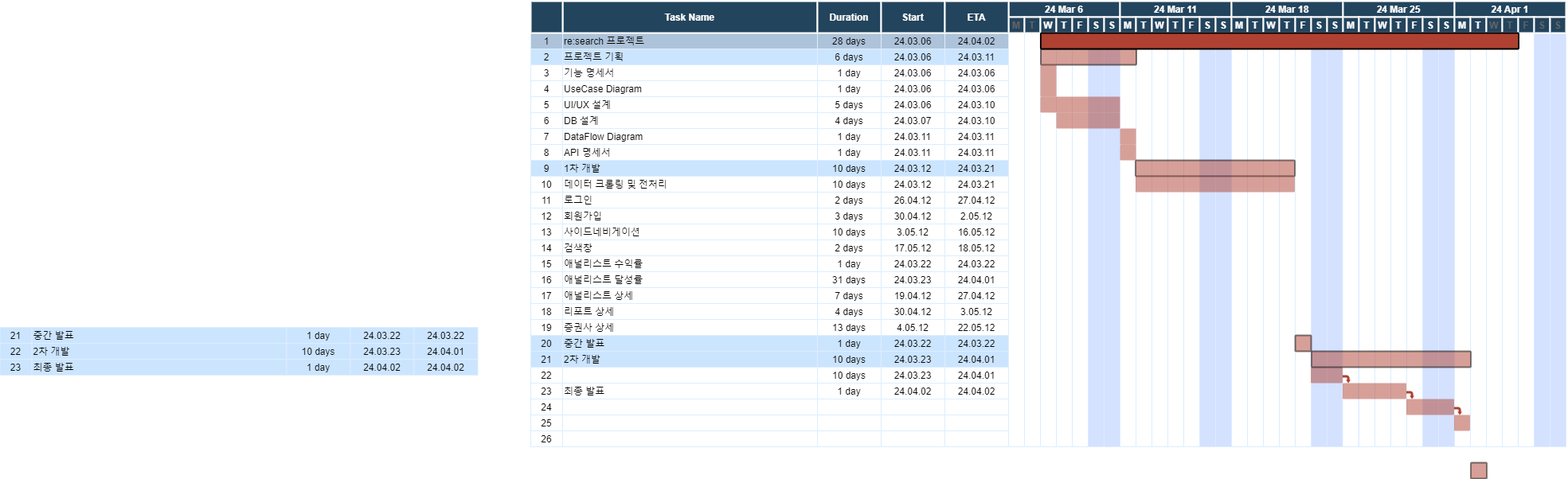
PDA-stockX/research-crawling keeps this draw.io diagram as diagram/Gantt.drawio.png. Above is the earlier version. Source tidied: cells renumbered, new cells last; positions are measured from the earlier drawing's top-left corner, leaving out a move shared by most shapes.
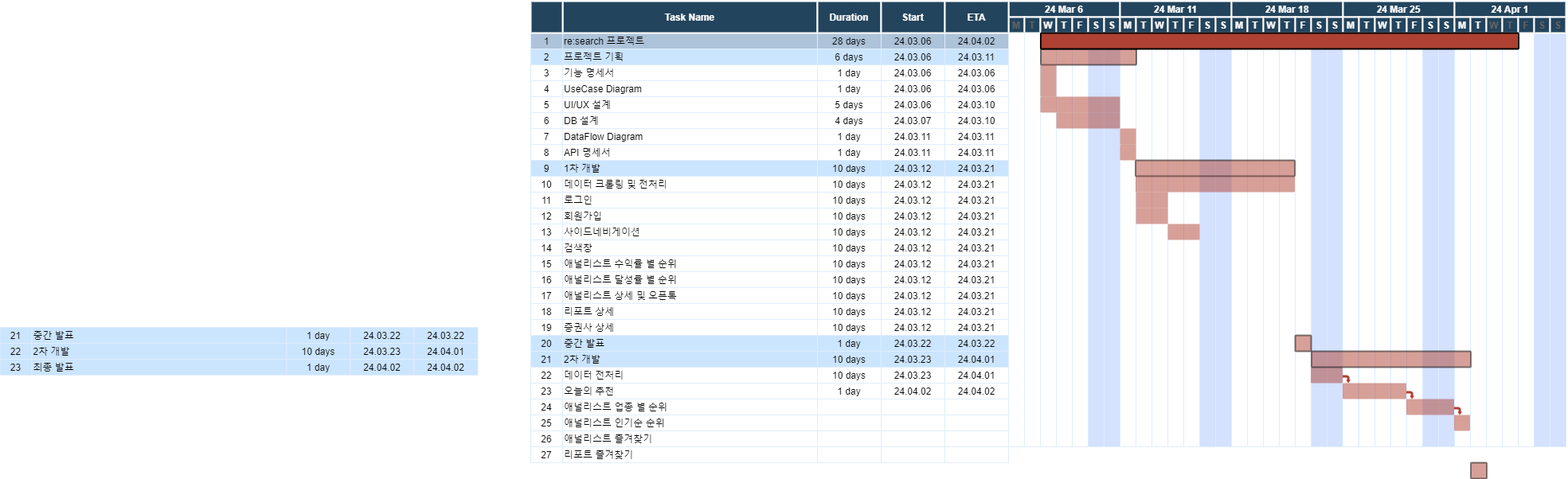
Above is the later version.

The edit, as a diff of the source:
```diff
@@ -110,6 +110,15 @@
     <mxCell id="37" style="strokeColor=#DEEDFF;fillColor=#D4E1FF;" parent="2" vertex="1">
       <mxGeometry x="680" width="20" height="520" as="geometry" />
     </mxCell>
+    <mxCell id="247" style="shape=mxgraph.flowchart.process;fillColor=#AE4132;strokeColor=none;strokeWidth=2;opacity=50;" parent="2" vertex="1">
+      <mxGeometry x="160" y="200" width="40" height="20" as="geometry" />
+    </mxCell>
+    <mxCell id="248" style="shape=mxgraph.flowchart.process;fillColor=#AE4132;strokeColor=none;strokeWidth=2;opacity=50;" parent="2" vertex="1">
+      <mxGeometry x="160" y="220" width="40" height="20" as="geometry" />
+    </mxCell>
+    <mxCell id="249" style="shape=mxgraph.flowchart.process;fillColor=#AE4132;strokeColor=none;strokeWidth=2;opacity=50;" parent="2" vertex="1">
+      <mxGeometry x="200" y="240" width="40" height="20" as="geometry" />
+    </mxCell>
     <mxCell id="38" value="1" style="strokeColor=#DEEDFF;fillColor=#ADC3D9;" parent="1" vertex="1">
       <mxGeometry x="666.5" y="40" width="40" height="20" as="geometry" />
     </mxCell>
@@ -263,111 +272,30 @@
     <mxCell id="88" value="11" style="strokeColor=#DEEDFF;" parent="1" vertex="1">
       <mxGeometry x="666.5" y="240" width="40" height="20" as="geometry" />
     </mxCell>
-    <mxCell id="89" value="2 days" style="strokeColor=#DEEDFF;" parent="1" vertex="1">
-      <mxGeometry x="1026.5" y="240" width="80" height="20" as="geometry" />
-    </mxCell>
-    <mxCell id="90" value="26.04.12" style="strokeColor=#DEEDFF;" parent="1" vertex="1">
-      <mxGeometry x="1106.5" y="240" width="80" height="20" as="geometry" />
-    </mxCell>
-    <mxCell id="91" value="27.04.12" style="strokeColor=#DEEDFF;" parent="1" vertex="1">
-      <mxGeometry x="1186.5" y="240" width="80" height="20" as="geometry" />
-    </mxCell>
     <mxCell id="92" value="12" style="strokeColor=#DEEDFF;" parent="1" vertex="1">
       <mxGeometry x="666.5" y="260" width="40" height="20" as="geometry" />
     </mxCell>
-    <mxCell id="93" value="3 days" style="strokeColor=#DEEDFF;" parent="1" vertex="1">
-      <mxGeometry x="1026.5" y="260" width="80" height="20" as="geometry" />
-    </mxCell>
-    <mxCell id="94" value="30.04.12" style="strokeColor=#DEEDFF;" parent="1" vertex="1">
-      <mxGeometry x="1106.5" y="260" width="80" height="20" as="geometry" />
-    </mxCell>
-    <mxCell id="95" value="2.05.12" style="strokeColor=#DEEDFF;" parent="1" vertex="1">
-      <mxGeometry x="1186.5" y="260" width="80" height="20" as="geometry" />
-    </mxCell>
     <mxCell id="96" value="13" style="strokeColor=#DEEDFF;" parent="1" vertex="1">
       <mxGeometry x="666.5" y="280" width="40" height="20" as="geometry" />
     </mxCell>
-    <mxCell id="97" value="10 days" style="strokeColor=#DEEDFF;" parent="1" vertex="1">
-      <mxGeometry x="1026.5" y="280" width="80" height="20" as="geometry" />
-    </mxCell>
-    <mxCell id="98" value="3.05.12" style="strokeColor=#DEEDFF;" parent="1" vertex="1">
-      <mxGeometry x="1106.5" y="280" width="80" height="20" as="geometry" />
-    </mxCell>
-    <mxCell id="99" value="16.05.12" style="strokeColor=#DEEDFF;" parent="1" vertex="1">
-      <mxGeometry x="1186.5" y="280" width="80" height="20" as="geometry" />
-    </mxCell>
     <mxCell id="100" value="14" style="strokeColor=#DEEDFF;" parent="1" vertex="1">
       <mxGeometry x="666.5" y="300" width="40" height="20" as="geometry" />
     </mxCell>
-    <mxCell id="101" value="2 days" style="strokeColor=#DEEDFF;" parent="1" vertex="1">
-      <mxGeometry x="1026.5" y="300" width="80" height="20" as="geometry" />
-    </mxCell>
-    <mxCell id="102" value="17.05.12" style="strokeColor=#DEEDFF;" parent="1" vertex="1">
-      <mxGeometry x="1106.5" y="300" width="80" height="20" as="geometry" />
-    </mxCell>
-    <mxCell id="103" value="18.05.12" style="strokeColor=#DEEDFF;" parent="1" vertex="1">
-      <mxGeometry x="1186.5" y="300" width="80" height="20" as="geometry" />
-    </mxCell>
     <mxCell id="104" value="15" style="strokeColor=#DEEDFF;fillColor=#ffffff;" parent="1" vertex="1">
       <mxGeometry x="666.5" y="320" width="40" height="20" as="geometry" />
     </mxCell>
-    <mxCell id="105" value="1 day" style="strokeColor=#DEEDFF;fillColor=#ffffff;" parent="1" vertex="1">
-      <mxGeometry x="1026.5" y="320" width="80" height="20" as="geometry" />
-    </mxCell>
-    <mxCell id="106" value="24.03.22" style="strokeColor=#DEEDFF;fillColor=#ffffff;" parent="1" vertex="1">
-      <mxGeometry x="1106.5" y="320" width="80" height="20" as="geometry" />
-    </mxCell>
-    <mxCell id="107" value="24.03.22" style="strokeColor=#DEEDFF;fillColor=#ffffff;" parent="1" vertex="1">
-      <mxGeometry x="1186.5" y="320" width="80" height="20" as="geometry" />
-    </mxCell>
     <mxCell id="108" value="16" style="strokeColor=#DEEDFF;fillColor=#ffffff;" parent="1" vertex="1">
       <mxGeometry x="666.5" y="340" width="40" height="20" as="geometry" />
     </mxCell>
-    <mxCell id="109" value="31 days" style="strokeColor=#DEEDFF;fillColor=#ffffff;" parent="1" vertex="1">
-      <mxGeometry x="1026.5" y="340" width="80" height="20" as="geometry" />
-    </mxCell>
-    <mxCell id="110" value="24.03.23" style="strokeColor=#DEEDFF;fillColor=#ffffff;" parent="1" vertex="1">
-      <mxGeometry x="1106.5" y="340" width="80" height="20" as="geometry" />
-    </mxCell>
-    <mxCell id="111" value="24.04.01" style="strokeColor=#DEEDFF;fillColor=#ffffff;" parent="1" vertex="1">
-      <mxGeometry x="1186.5" y="340" width="80" height="20" as="geometry" />
-    </mxCell>
     <mxCell id="112" value="17" style="strokeColor=#DEEDFF;" parent="1" vertex="1">
       <mxGeometry x="666.5" y="360" width="40" height="20" as="geometry" />
     </mxCell>
-    <mxCell id="113" value="7 days" style="strokeColor=#DEEDFF;" parent="1" vertex="1">
-      <mxGeometry x="1026.5" y="360" width="80" height="20" as="geometry" />
-    </mxCell>
-    <mxCell id="114" value="19.04.12" style="strokeColor=#DEEDFF;" parent="1" vertex="1">
-      <mxGeometry x="1106.5" y="360" width="80" height="20" as="geometry" />
-    </mxCell>
-    <mxCell id="115" value="27.04.12" style="strokeColor=#DEEDFF;" parent="1" vertex="1">
-      <mxGeometry x="1186.5" y="360" width="80" height="20" as="geometry" />
-    </mxCell>
     <mxCell id="116" value="18" style="strokeColor=#DEEDFF;" parent="1" vertex="1">
       <mxGeometry x="666.5" y="380" width="40" height="20" as="geometry" />
     </mxCell>
-    <mxCell id="117" value="4 days" style="strokeColor=#DEEDFF;" parent="1" vertex="1">
-      <mxGeometry x="1026.5" y="380" width="80" height="20" as="geometry" />
-    </mxCell>
-    <mxCell id="118" value="30.04.12" style="strokeColor=#DEEDFF;" parent="1" vertex="1">
-      <mxGeometry x="1106.5" y="380" width="80" height="20" as="geometry" />
-    </mxCell>
-    <mxCell id="119" value="3.05.12" style="strokeColor=#DEEDFF;" parent="1" vertex="1">
-      <mxGeometry x="1186.5" y="380" width="80" height="20" as="geometry" />
-    </mxCell>
     <mxCell id="120" value="19" style="strokeColor=#DEEDFF;" parent="1" vertex="1">
       <mxGeometry x="666.5" y="400" width="40" height="20" as="geometry" />
     </mxCell>
-    <mxCell id="121" value="13 days" style="strokeColor=#DEEDFF;" parent="1" vertex="1">
-      <mxGeometry x="1026.5" y="400" width="80" height="20" as="geometry" />
-    </mxCell>
-    <mxCell id="122" value="4.05.12" style="strokeColor=#DEEDFF;" parent="1" vertex="1">
-      <mxGeometry x="1106.5" y="400" width="80" height="20" as="geometry" />
-    </mxCell>
-    <mxCell id="123" value="22.05.12" style="strokeColor=#DEEDFF;" parent="1" vertex="1">
-      <mxGeometry x="1186.5" y="400" width="80" height="20" as="geometry" />
-    </mxCell>
     <mxCell id="124" value="20" style="strokeColor=#DEEDFF;fillColor=#cce5ff;" parent="1" vertex="1">
       <mxGeometry x="666.5" y="420" width="40" height="20" as="geometry" />
     </mxCell>
@@ -395,7 +323,7 @@
     <mxCell id="132" value="22" style="strokeColor=#DEEDFF;" parent="1" vertex="1">
       <mxGeometry x="666.5" y="460" width="40" height="20" as="geometry" />
     </mxCell>
-    <mxCell id="133" style="align=left;strokeColor=#DEEDFF;" parent="1" vertex="1">
+    <mxCell id="133" value="데이터 전처리" style="align=left;strokeColor=#DEEDFF;" parent="1" vertex="1">
       <mxGeometry x="706.5" y="460" width="320" height="20" as="geometry" />
     </mxCell>
     <mxCell id="134" value="10 days" style="strokeColor=#DEEDFF;" parent="1" vertex="1">
@@ -410,7 +338,7 @@
     <mxCell id="137" value="23" style="strokeColor=#DEEDFF;fillColor=#ffffff;" parent="1" vertex="1">
       <mxGeometry x="666.5" y="480" width="40" height="20" as="geometry" />
     </mxCell>
-    <mxCell id="138" value="최종 발표" style="align=left;strokeColor=#DEEDFF;fillColor=#ffffff;" parent="1" vertex="1">
+    <mxCell id="138" value="오늘의 추천" style="align=left;strokeColor=#DEEDFF;fillColor=#ffffff;" parent="1" vertex="1">
       <mxGeometry x="706.5" y="480" width="320" height="20" as="geometry" />
     </mxCell>
     <mxCell id="139" value="1 day" style="strokeColor=#DEEDFF;fillColor=#ffffff;" parent="1" vertex="1">
@@ -425,7 +353,7 @@
     <mxCell id="142" value="24" style="strokeColor=#DEEDFF;" parent="1" vertex="1">
       <mxGeometry x="666.5" y="500" width="40" height="20" as="geometry" />
     </mxCell>
-    <mxCell id="143" style="align=left;strokeColor=#DEEDFF;" parent="1" vertex="1">
+    <mxCell id="143" value="애널리스트 업종 별 순위" style="align=left;strokeColor=#DEEDFF;" parent="1" vertex="1">
       <mxGeometry x="706.5" y="500" width="320" height="20" as="geometry" />
     </mxCell>
     <mxCell id="144" style="strokeColor=#DEEDFF;" parent="1" vertex="1">
@@ -440,7 +368,7 @@
     <mxCell id="147" value="25" style="strokeColor=#DEEDFF;" parent="1" vertex="1">
       <mxGeometry x="666.5" y="520" width="40" height="20" as="geometry" />
     </mxCell>
-    <mxCell id="148" style="align=left;strokeColor=#DEEDFF;" parent="1" vertex="1">
+    <mxCell id="148" value="애널리스트 인기순 순위" style="align=left;strokeColor=#DEEDFF;" parent="1" vertex="1">
       <mxGeometry x="706.5" y="520" width="320" height="20" as="geometry" />
     </mxCell>
     <mxCell id="149" style="strokeColor=#DEEDFF;" parent="1" vertex="1">
@@ -455,7 +383,7 @@
     <mxCell id="152" value="26" style="strokeColor=#DEEDFF;" parent="1" vertex="1">
       <mxGeometry x="666.5" y="540" width="40" height="20" as="geometry" />
     </mxCell>
-    <mxCell id="153" style="align=left;strokeColor=#DEEDFF;" parent="1" vertex="1">
+    <mxCell id="153" value="애널리스트 즐겨찾기" style="align=left;strokeColor=#DEEDFF;" parent="1" vertex="1">
       <mxGeometry x="706.5" y="540" width="320" height="20" as="geometry" />
     </mxCell>
     <mxCell id="154" style="strokeColor=#DEEDFF;" parent="1" vertex="1">
@@ -716,13 +644,13 @@
     <mxCell id="239" value="검색창" style="align=left;strokeColor=#DEEDFF;" parent="1" vertex="1">
       <mxGeometry x="706.5" y="300" width="320" height="20" as="geometry" />
     </mxCell>
-    <mxCell id="240" value="애널리스트 수익률" style="align=left;strokeColor=#DEEDFF;" parent="1" vertex="1">
+    <mxCell id="240" value="애널리스트 수익률 별 순위" style="align=left;strokeColor=#DEEDFF;" parent="1" vertex="1">
       <mxGeometry x="706.5" y="320" width="320" height="20" as="geometry" />
     </mxCell>
-    <mxCell id="241" value="애널리스트 달성률" style="align=left;strokeColor=#DEEDFF;fillColor=#ffffff;" parent="1" vertex="1">
+    <mxCell id="241" value="애널리스트 달성률 별 순위" style="align=left;strokeColor=#DEEDFF;fillColor=#ffffff;" parent="1" vertex="1">
       <mxGeometry x="706.5" y="340" width="320" height="20" as="geometry" />
     </mxCell>
-    <mxCell id="242" value="애널리스트 상세" style="align=left;strokeColor=#DEEDFF;fillColor=#ffffff;" parent="1" vertex="1">
+    <mxCell id="242" value="애널리스트 상세 및 오픈톡" style="align=left;strokeColor=#DEEDFF;fillColor=#ffffff;" parent="1" vertex="1">
       <mxGeometry x="706.5" y="360" width="320" height="20" as="geometry" />
     </mxCell>
     <mxCell id="243" value="리포트 상세" style="align=left;strokeColor=#DEEDFF;" parent="1" vertex="1">
@@ -737,5 +665,101 @@
     <mxCell id="246" value="2차 개발" style="align=left;strokeColor=#DEEDFF;fillColor=#cce5ff;" parent="1" vertex="1">
       <mxGeometry x="706.5" y="440" width="320" height="20" as="geometry" />
     </mxCell>
+    <mxCell id="250" value="27" style="strokeColor=#DEEDFF;" parent="1" vertex="1">
+      <mxGeometry x="666.5" y="560" width="40" height="20" as="geometry" />
+    </mxCell>
+    <mxCell id="251" value="리포트 즐겨찾기" style="align=left;strokeColor=#DEEDFF;" parent="1" vertex="1">
+      <mxGeometry x="706.5" y="560" width="320" height="20" as="geometry" />
+    </mxCell>
+    <mxCell id="252" style="strokeColor=#DEEDFF;" parent="1" vertex="1">
+      <mxGeometry x="1026.5" y="560" width="80" height="20" as="geometry" />
+    </mxCell>
+    <mxCell id="253" style="strokeColor=#DEEDFF;" parent="1" vertex="1">
+      <mxGeometry x="1106.5" y="560" width="80" height="20" as="geometry" />
+    </mxCell>
+    <mxCell id="254" style="strokeColor=#DEEDFF;" parent="1" vertex="1">
+      <mxGeometry x="1186.5" y="560" width="80" height="20" as="geometry" />
+    </mxCell>
+    <mxCell id="255" value="10 days" style="strokeColor=#DEEDFF;" parent="1" vertex="1">
+      <mxGeometry x="1026.5" y="240" width="80" height="20" as="geometry" />
+    </mxCell>
+    <mxCell id="256" value="24.03.12" style="strokeColor=#DEEDFF;" parent="1" vertex="1">
+      <mxGeometry x="1106.5" y="240" width="80" height="20" as="geometry" />
+    </mxCell>
+    <mxCell id="257" value="24.03.21" style="strokeColor=#DEEDFF;" parent="1" vertex="1">
+      <mxGeometry x="1186.5" y="240" width="80" height="20" as="geometry" />
+    </mxCell>
+    <mxCell id="258" value="10 days" style="strokeColor=#DEEDFF;" parent="1" vertex="1">
+      <mxGeometry x="1026.5" y="260" width="80" height="20" as="geometry" />
+    </mxCell>
+    <mxCell id="259" value="24.03.12" style="strokeColor=#DEEDFF;" parent="1" vertex="1">
+      <mxGeometry x="1106.5" y="260" width="80" height="20" as="geometry" />
+    </mxCell>
+    <mxCell id="260" value="24.03.21" style="strokeColor=#DEEDFF;" parent="1" vertex="1">
+      <mxGeometry x="1186.5" y="260" width="80" height="20" as="geometry" />
+    </mxCell>
+    <mxCell id="97" value="10 days" style="strokeColor=#DEEDFF;" parent="1" vertex="1">
+      <mxGeometry x="1026.5" y="280" width="80" height="20" as="geometry" />
+    </mxCell>
+    <mxCell id="261" value="24.03.12" style="strokeColor=#DEEDFF;" parent="1" vertex="1">
+      <mxGeometry x="1106.5" y="280" width="80" height="20" as="geometry" />
+    </mxCell>
+    <mxCell id="262" value="24.03.21" style="strokeColor=#DEEDFF;" parent="1" vertex="1">
+      <mxGeometry x="1186.5" y="280" width="80" height="20" as="geometry" />
+    </mxCell>
+    <mxCell id="263" value="10 days" style="strokeColor=#DEEDFF;" parent="1" vertex="1">
+      <mxGeometry x="1026.5" y="300" width="80" height="20" as="geometry" />
+    </mxCell>
+    <mxCell id="264" value="24.03.12" style="strokeColor=#DEEDFF;" parent="1" vertex="1">
+      <mxGeometry x="1106.5" y="300" width="80" height="20" as="geometry" />
+    </mxCell>
+    <mxCell id="265" value="24.03.21" style="strokeColor=#DEEDFF;" parent="1" vertex="1">
+      <mxGeometry x="1186.5" y="300" width="80" height="20" as="geometry" />
+    </mxCell>
+    <mxCell id="266" value="10 days" style="strokeColor=#DEEDFF;" parent="1" vertex="1">
+      <mxGeometry x="1026.5" y="320" width="80" height="20" as="geometry" />
+    </mxCell>
+    <mxCell id="267" value="24.03.12" style="strokeColor=#DEEDFF;" parent="1" vertex="1">
+      <mxGeometry x="1106.5" y="320" width="80" height="20" as="geometry" />
+    </mxCell>
+    <mxCell id="268" value="24.03.21" style="strokeColor=#DEEDFF;" parent="1" vertex="1">
+      <mxGeometry x="1186.5" y="320" width="80" height="20" as="geometry" />
+    </mxCell>
+    <mxCell id="269" value="10 days" style="strokeColor=#DEEDFF;" parent="1" vertex="1">
+      <mxGeometry x="1026.5" y="340" width="80" height="20" as="geometry" />
+    </mxCell>
+    <mxCell id="270" value="24.03.12" style="strokeColor=#DEEDFF;" parent="1" vertex="1">
+      <mxGeometry x="1106.5" y="340" width="80" height="20" as="geometry" />
+    </mxCell>
+    <mxCell id="271" value="24.03.21" style="strokeColor=#DEEDFF;" parent="1" vertex="1">
+      <mxGeometry x="1186.5" y="340" width="80" height="20" as="geometry" />
+    </mxCell>
+    <mxCell id="272" value="10 days" style="strokeColor=#DEEDFF;" parent="1" vertex="1">
+      <mxGeometry x="1026.5" y="360" width="80" height="20" as="geometry" />
+    </mxCell>
+    <mxCell id="273" value="24.03.12" style="strokeColor=#DEEDFF;" parent="1" vertex="1">
+      <mxGeometry x="1106.5" y="360" width="80" height="20" as="geometry" />
+    </mxCell>
+    <mxCell id="274" value="24.03.21" style="strokeColor=#DEEDFF;" parent="1" vertex="1">
+      <mxGeometry x="1186.5" y="360" width="80" height="20" as="geometry" />
+    </mxCell>
+    <mxCell id="275" value="10 days" style="strokeColor=#DEEDFF;" parent="1" vertex="1">
+      <mxGeometry x="1026.5" y="380" width="80" height="20" as="geometry" />
+    </mxCell>
+    <mxCell id="276" value="24.03.12" style="strokeColor=#DEEDFF;" parent="1" vertex="1">
+      <mxGeometry x="1106.5" y="380" width="80" height="20" as="geometry" />
+    </mxCell>
+    <mxCell id="277" value="24.03.21" style="strokeColor=#DEEDFF;" parent="1" vertex="1">
+      <mxGeometry x="1186.5" y="380" width="80" height="20" as="geometry" />
+    </mxCell>
+    <mxCell id="278" value="10 days" style="strokeColor=#DEEDFF;" parent="1" vertex="1">
+      <mxGeometry x="1026.5" y="400" width="80" height="20" as="geometry" />
+    </mxCell>
+    <mxCell id="279" value="24.03.12" style="strokeColor=#DEEDFF;" parent="1" vertex="1">
+      <mxGeometry x="1106.5" y="400" width="80" height="20" as="geometry" />
+    </mxCell>
+    <mxCell id="280" value="24.03.21" style="strokeColor=#DEEDFF;" parent="1" vertex="1">
+      <mxGeometry x="1186.5" y="400" width="80" height="20" as="geometry" />
+    </mxCell>
   </root>
 </mxGraphModel>
```
